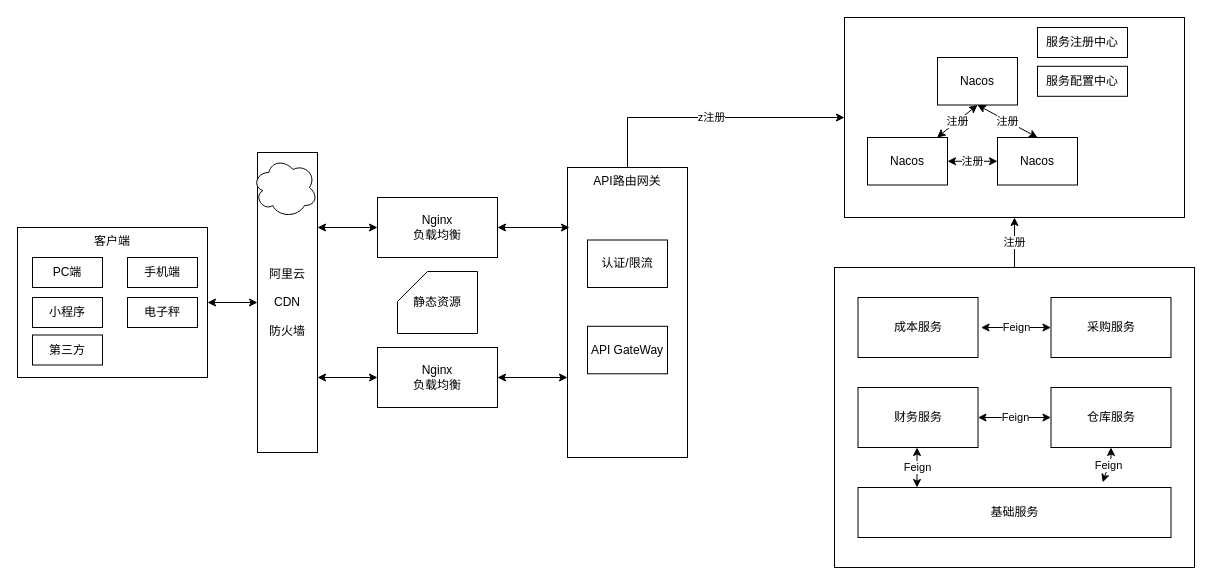
dengyulong/PublicStore keeps this draw.io diagram as diagrams/Untitled Diagram.drawio. Above is the earlier version. Source tidied: cells renumbered, new cells numbered last; positions are measured from the earlier drawing's top-left corner, leaving out a move shared by most shapes. Both pictures are drawn from the tidied source at 100%, with x=0, y=0 at pixel (17, 17).
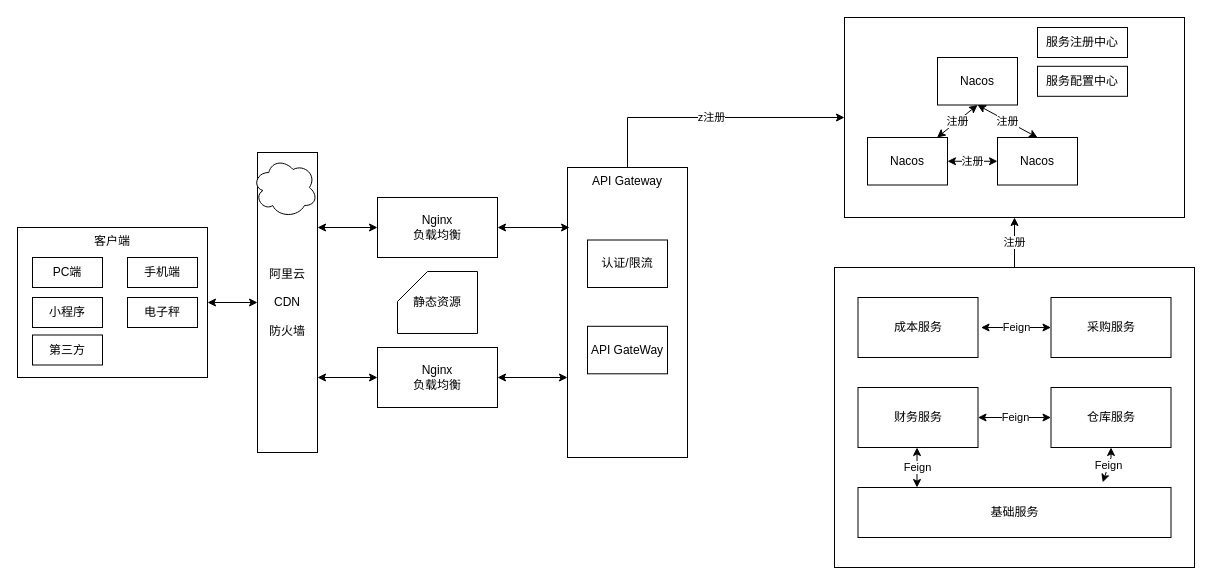
The same diagram, later.

The edit, as a diff of the source:
```diff
@@
-    <mxCell id="5" value="API路由网关" style="rounded=0;whiteSpace=wrap;html=1;verticalAlign=top;" parent="1" vertex="1">
+    <mxCell id="5" value="API Gateway" style="rounded=0;whiteSpace=wrap;html=1;verticalAlign=top;" parent="1" vertex="1">
       <mxGeometry x="550" y="150" width="120" height="290" as="geometry" />
     </mxCell>
```
